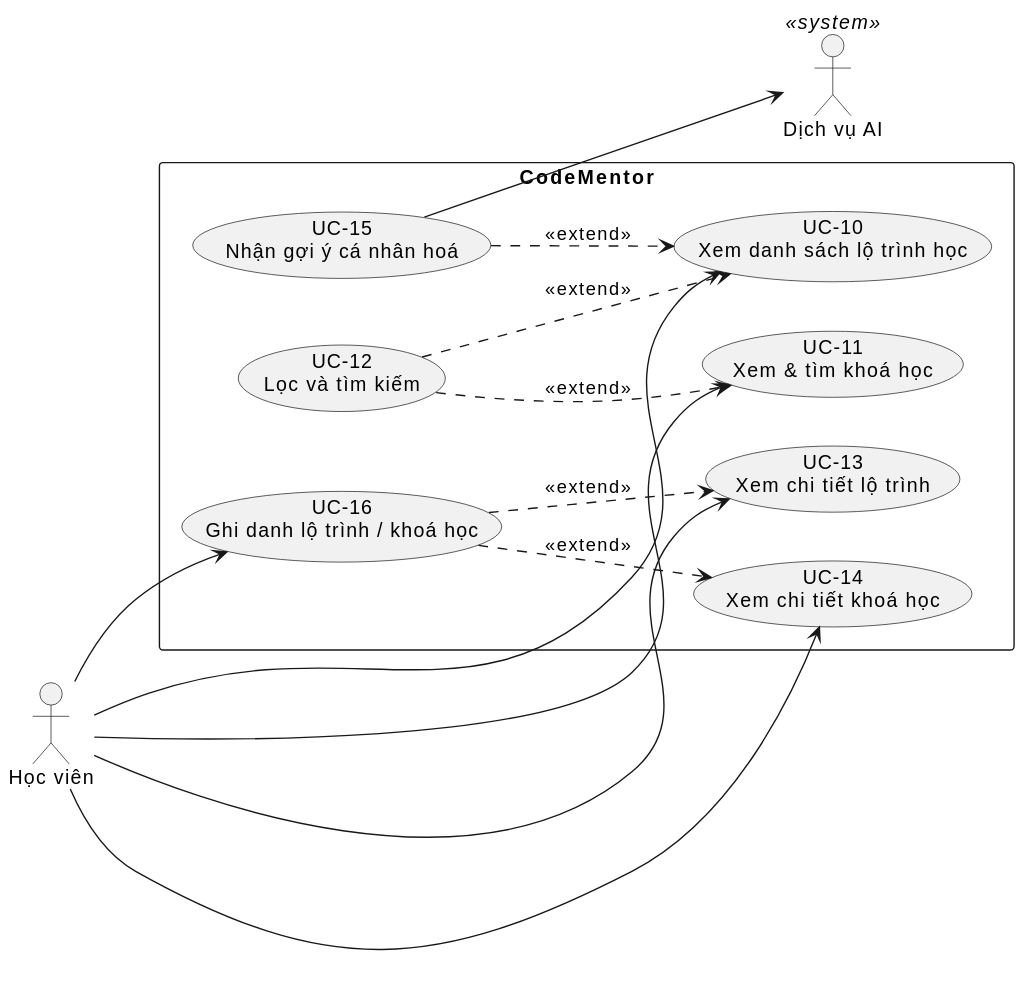
This is docs/diagrams/p2-discovery.svg from codementor-official/codementor-infra, a PlantUML export, as it was before one commit.
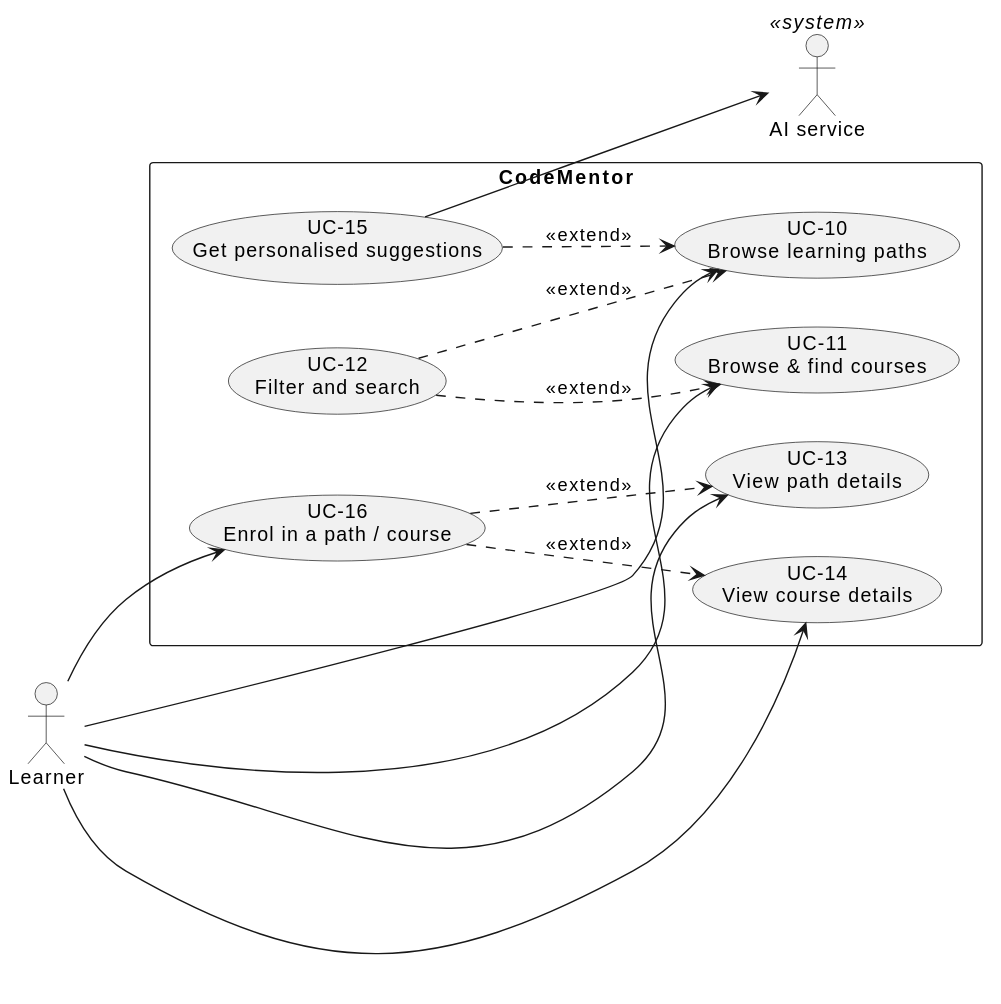
Above is the later version.

The edit, as a diff of the source:
```diff
@@ -1,15 +1,15 @@
 @startuml
 left to right direction
-actor "Học viên" as Learner
+actor "Learner" as Learner
 
 rectangle "CodeMentor" {
-  usecase "UC-10\nXem danh sách lộ trình học" as UC10
-  usecase "UC-11\nXem & tìm khoá học" as UC11
-  usecase "UC-12\nLọc và tìm kiếm" as UC12
-  usecase "UC-13\nXem chi tiết lộ trình" as UC13
-  usecase "UC-14\nXem chi tiết khoá học" as UC14
-  usecase "UC-15\nNhận gợi ý cá nhân hoá" as UC15
-  usecase "UC-16\nGhi danh lộ trình / khoá học" as UC16
+  usecase "UC-10\nBrowse learning paths" as UC10
+  usecase "UC-11\nBrowse & find courses" as UC11
+  usecase "UC-12\nFilter and search" as UC12
+  usecase "UC-13\nView path details" as UC13
+  usecase "UC-14\nView course details" as UC14
+  usecase "UC-15\nGet personalised suggestions" as UC15
+  usecase "UC-16\nEnrol in a path / course" as UC16
 
   UC12 ..> UC10 : <<extend>>
   UC12 ..> UC11 : <<extend>>
@@ -18,7 +18,7 @@
   UC16 ..> UC14 : <<extend>>
 }
 
-actor "Dịch vụ AI" as AI <<system>>
+actor "AI service" as AI <<system>>
 
 Learner --> UC10
 Learner --> UC11
```
